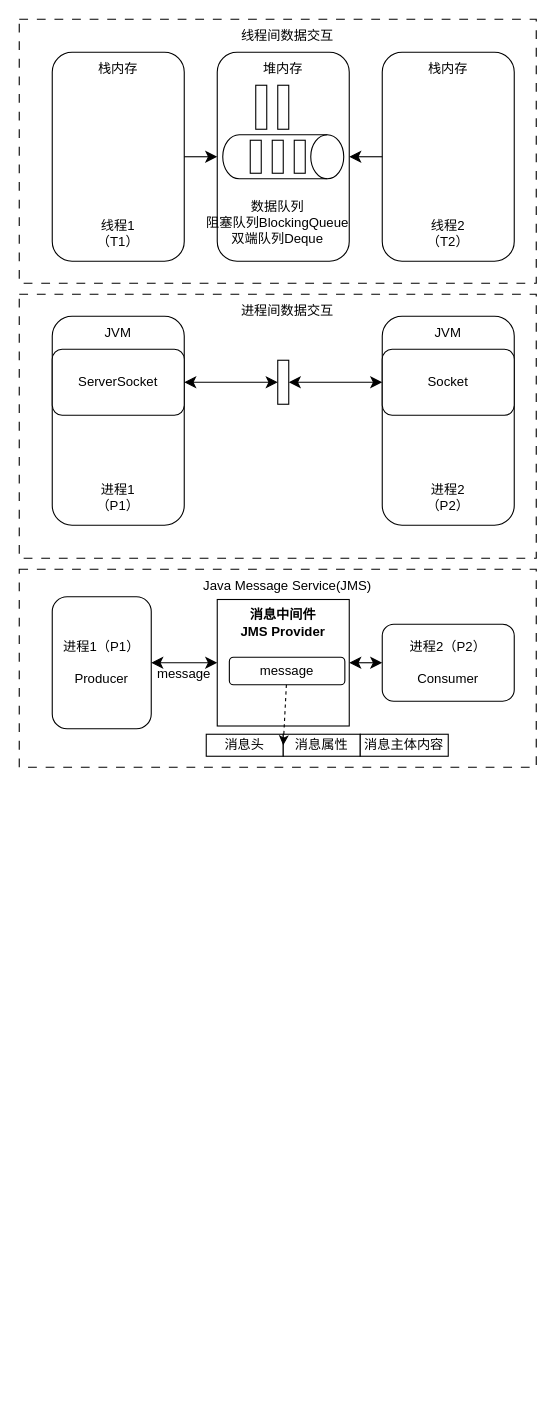
Above: 数据交互.drawio in fenwickxie/flowchart (draw.io), before the change. Source tidied: cells renumbered, new cells numbered last; positions are measured from the earlier drawing's top-left corner, leaving out a move shared by most shapes. Both pictures are drawn from the tidied source at 110%, with x=0, y=0 at pixel (19, 19).
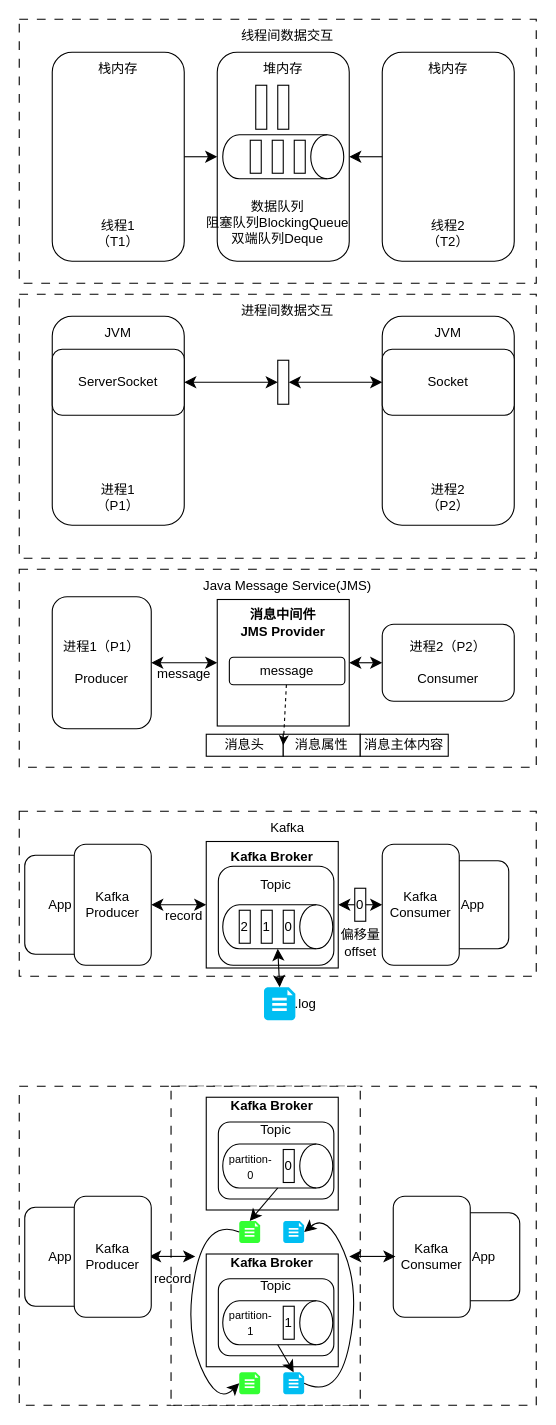
After the change.

Commit message:
更新数据交互.drawio

What changed in the source:
```diff
@@
+    <mxCell id="47" style="rounded=0;whiteSpace=wrap;html=1;dashed=1;dashPattern=8 8;" parent="1" vertex="1">
+      <mxGeometry y="970" width="470" height="290" as="geometry" />
+    </mxCell>
+    <mxCell id="48" style="rounded=0;whiteSpace=wrap;html=1;dashed=1;dashPattern=8 8;" parent="1" vertex="1">
+      <mxGeometry x="138" y="970" width="172" height="290" as="geometry" />
+    </mxCell>
@@
+    <mxCell id="49" style="rounded=0;whiteSpace=wrap;html=1;dashed=1;dashPattern=8 8;" parent="1" vertex="1">
+      <mxGeometry y="720" width="470" height="150" as="geometry" />
+    </mxCell>
+    <mxCell id="50" style="endArrow=classic;startArrow=classic;html=1;rounded=0;fontSize=12;startSize=8;endSize=8;curved=1;exitX=1;exitY=0.5;exitDx=0;exitDy=0;entryX=0;entryY=0.5;entryDx=0;entryDy=0;" parent="1" edge="1" source="52" target="62">
+      <mxGeometry relative="1" as="geometry" />
+    </mxCell>
+    <mxCell id="51" style="endArrow=classic;startArrow=classic;html=1;rounded=0;fontSize=12;startSize=8;endSize=8;curved=1;exitX=1;exitY=0.5;exitDx=0;exitDy=0;" parent="1" edge="1" source="63" target="52">
+      <mxGeometry relative="1" as="geometry" />
+    </mxCell>
+    <mxCell id="52" value="&lt;div&gt;&lt;div&gt;&lt;b&gt;Kafka Broker&lt;/b&gt;&lt;/div&gt;&lt;/div&gt;&lt;div&gt;&lt;b&gt;&lt;br&gt;&lt;/b&gt;&lt;/div&gt;&lt;div&gt;&lt;b&gt;&lt;br&gt;&lt;/b&gt;&lt;/div&gt;&lt;div&gt;&lt;b&gt;&lt;br&gt;&lt;/b&gt;&lt;/div&gt;&lt;div&gt;&lt;b&gt;&lt;br&gt;&lt;/b&gt;&lt;/div&gt;&lt;div&gt;&lt;b&gt;&lt;br&gt;&lt;/b&gt;&lt;/div&gt;&lt;div&gt;&lt;b&gt;&lt;br&gt;&lt;/b&gt;&lt;/div&gt;" style="rounded=0;whiteSpace=wrap;html=1;" parent="1" vertex="1">
+      <mxGeometry x="170" y="747.5" width="120" height="115" as="geometry" />
+    </mxCell>
+    <mxCell id="53" value="record" style="text;html=1;align=center;verticalAlign=middle;whiteSpace=wrap;rounded=0;" parent="1" vertex="1">
+      <mxGeometry x="120" y="800" width="60" height="30" as="geometry" />
+    </mxCell>
+    <mxCell id="54" value="Topic&lt;br&gt;&lt;div&gt;&lt;br&gt;&lt;/div&gt;&lt;div&gt;&lt;br&gt;&lt;/div&gt;&lt;div&gt;&lt;br&gt;&lt;/div&gt;&lt;div&gt;&lt;br&gt;&lt;/div&gt;" style="rounded=1;whiteSpace=wrap;html=1;" parent="1" vertex="1">
+      <mxGeometry x="181" y="770" width="105" height="90" as="geometry" />
+    </mxCell>
+    <mxCell id="55" value="Kafka" style="text;html=1;align=center;verticalAlign=middle;whiteSpace=wrap;rounded=0;" parent="1" vertex="1">
+      <mxGeometry x="138" y="720" width="212" height="30" as="geometry" />
+    </mxCell>
+    <mxCell id="56" style="shape=cylinder3;whiteSpace=wrap;html=1;boundedLbl=1;backgroundOutline=1;size=15;rotation=90;" parent="1" vertex="1">
+      <mxGeometry x="215" y="775" width="40" height="100" as="geometry" />
+    </mxCell>
+    <mxCell id="57" value="2" style="rounded=0;whiteSpace=wrap;html=1;" parent="1" vertex="1">
+      <mxGeometry x="200" y="810" width="10" height="30" as="geometry" />
+    </mxCell>
+    <mxCell id="58" value="0" style="rounded=0;whiteSpace=wrap;html=1;" parent="1" vertex="1">
+      <mxGeometry x="240" y="810" width="10" height="30" as="geometry" />
+    </mxCell>
+    <mxCell id="59" value="App" style="rounded=1;whiteSpace=wrap;html=1;" parent="1" vertex="1">
+      <mxGeometry x="5" y="760" width="65" height="90" as="geometry" />
+    </mxCell>
+    <mxCell id="60" value="1" style="rounded=0;whiteSpace=wrap;html=1;" parent="1" vertex="1">
+      <mxGeometry x="220" y="810" width="10" height="30" as="geometry" />
+    </mxCell>
+    <mxCell id="61" value="App" style="rounded=1;whiteSpace=wrap;html=1;" parent="1" vertex="1">
+      <mxGeometry x="380" y="765" width="65" height="80" as="geometry" />
+    </mxCell>
+    <mxCell id="62" value="&lt;div&gt;Kafka&lt;/div&gt;&lt;div&gt;Consumer&lt;/div&gt;" style="rounded=1;whiteSpace=wrap;html=1;" parent="1" vertex="1">
+      <mxGeometry x="330" y="750" width="70" height="110" as="geometry" />
+    </mxCell>
+    <mxCell id="63" value="&lt;div&gt;Kafka&lt;br&gt;&lt;div&gt;Producer&lt;/div&gt;&lt;/div&gt;" style="rounded=1;whiteSpace=wrap;html=1;" parent="1" vertex="1">
+      <mxGeometry x="50" y="750" width="70" height="110" as="geometry" />
+    </mxCell>
+    <mxCell id="64" value="0" style="rounded=0;whiteSpace=wrap;html=1;" parent="1" vertex="1">
+      <mxGeometry x="305" y="790" width="10" height="30" as="geometry" />
+    </mxCell>
+    <mxCell id="65" style="verticalLabelPosition=bottom;html=1;verticalAlign=top;align=center;strokeColor=none;fillColor=#00BEF2;shape=mxgraph.azure.file_2;" parent="1" vertex="1">
+      <mxGeometry x="222.5" y="880" width="28.5" height="30" as="geometry" />
+    </mxCell>
+    <mxCell id="66" style="endArrow=classic;startArrow=classic;html=1;rounded=0;fontSize=12;startSize=8;endSize=8;curved=1;exitX=1;exitY=0.5;exitDx=0;exitDy=0;entryX=0.5;entryY=0;entryDx=0;entryDy=0;exitPerimeter=0;entryPerimeter=0;" parent="1" edge="1" source="56" target="65">
+      <mxGeometry relative="1" as="geometry" />
+    </mxCell>
+    <mxCell id="67" value=".log" style="text;html=1;align=center;verticalAlign=middle;strokeColor=none;fillColor=none;" parent="1" vertex="1">
+      <mxGeometry x="240" y="880" width="40" height="30" as="geometry" />
+    </mxCell>
+    <mxCell id="68" value="偏移量&lt;br&gt;offset" style="text;html=1;align=center;verticalAlign=middle;strokeColor=none;fillColor=none;" parent="1" vertex="1">
+      <mxGeometry x="280" y="820" width="60" height="40" as="geometry" />
+    </mxCell>
+    <mxCell id="69" style="endArrow=classic;startArrow=classic;html=1;rounded=0;fontSize=12;startSize=8;endSize=8;curved=1;exitX=1;exitY=0.5;exitDx=0;exitDy=0;" parent="1" edge="1">
+      <mxGeometry relative="1" as="geometry">
+        <mxPoint x="118" y="1124.7" as="sourcePoint" />
+        <mxPoint x="160" y="1124.7" as="targetPoint" />
+      </mxGeometry>
+    </mxCell>
+    <mxCell id="70" value="&lt;div&gt;&lt;div&gt;&lt;b&gt;Kafka Broker&lt;/b&gt;&lt;/div&gt;&lt;/div&gt;&lt;div&gt;&lt;b&gt;&lt;br&gt;&lt;/b&gt;&lt;/div&gt;&lt;div&gt;&lt;b&gt;&lt;br&gt;&lt;/b&gt;&lt;/div&gt;&lt;div&gt;&lt;b&gt;&lt;br&gt;&lt;/b&gt;&lt;/div&gt;&lt;div&gt;&lt;b&gt;&lt;br&gt;&lt;/b&gt;&lt;/div&gt;&lt;div&gt;&lt;b&gt;&lt;br&gt;&lt;/b&gt;&lt;/div&gt;&lt;div&gt;&lt;b&gt;&lt;br&gt;&lt;/b&gt;&lt;/div&gt;" style="rounded=0;whiteSpace=wrap;html=1;" parent="1" vertex="1">
+      <mxGeometry x="170" y="980" width="120" height="102.5" as="geometry" />
+    </mxCell>
+    <mxCell id="71" value="record" style="text;html=1;align=center;verticalAlign=middle;whiteSpace=wrap;rounded=0;" parent="1" vertex="1">
+      <mxGeometry x="110" y="1130" width="60" height="30" as="geometry" />
+    </mxCell>
+    <mxCell id="72" value="Topic&lt;br&gt;&lt;div&gt;&lt;br&gt;&lt;/div&gt;&lt;div&gt;&lt;br&gt;&lt;/div&gt;&lt;div&gt;&lt;br&gt;&lt;/div&gt;&lt;div&gt;&lt;br&gt;&lt;/div&gt;" style="rounded=1;whiteSpace=wrap;html=1;" parent="1" vertex="1">
+      <mxGeometry x="181" y="1002.5" width="105" height="70" as="geometry" />
+    </mxCell>
+    <mxCell id="73" style="shape=cylinder3;whiteSpace=wrap;html=1;boundedLbl=1;backgroundOutline=1;size=15;rotation=90;" parent="1" vertex="1">
+      <mxGeometry x="215" y="992.5" width="40" height="100" as="geometry" />
+    </mxCell>
+    <mxCell id="74" value="0" style="rounded=0;whiteSpace=wrap;html=1;" parent="1" vertex="1">
+      <mxGeometry x="240" y="1027.5" width="10" height="30" as="geometry" />
+    </mxCell>
+    <mxCell id="75" value="App" style="rounded=1;whiteSpace=wrap;html=1;" parent="1" vertex="1">
+      <mxGeometry x="5" y="1080" width="65" height="90" as="geometry" />
+    </mxCell>
+    <mxCell id="76" value="App" style="rounded=1;whiteSpace=wrap;html=1;" parent="1" vertex="1">
+      <mxGeometry x="390" y="1085" width="65" height="80" as="geometry" />
+    </mxCell>
+    <mxCell id="77" value="&lt;div&gt;Kafka&lt;/div&gt;&lt;div&gt;Consumer&lt;/div&gt;" style="rounded=1;whiteSpace=wrap;html=1;" parent="1" vertex="1">
+      <mxGeometry x="340" y="1070" width="70" height="110" as="geometry" />
+    </mxCell>
+    <mxCell id="78" value="&lt;div&gt;Kafka&lt;br&gt;&lt;div&gt;Producer&lt;/div&gt;&lt;/div&gt;" style="rounded=1;whiteSpace=wrap;html=1;" parent="1" vertex="1">
+      <mxGeometry x="50" y="1070" width="70" height="110" as="geometry" />
+    </mxCell>
+    <mxCell id="79" style="verticalLabelPosition=bottom;html=1;verticalAlign=top;align=center;strokeColor=none;fillColor=#33FF33;shape=mxgraph.azure.file_2;" parent="1" vertex="1">
+      <mxGeometry x="200" y="1092.5" width="19" height="20" as="geometry" />
+    </mxCell>
+    <mxCell id="80" value="&lt;div&gt;&lt;div&gt;&lt;b&gt;Kafka Broker&lt;/b&gt;&lt;/div&gt;&lt;/div&gt;&lt;div&gt;&lt;b&gt;&lt;br&gt;&lt;/b&gt;&lt;/div&gt;&lt;div&gt;&lt;b&gt;&lt;br&gt;&lt;/b&gt;&lt;/div&gt;&lt;div&gt;&lt;b&gt;&lt;br&gt;&lt;/b&gt;&lt;/div&gt;&lt;div&gt;&lt;b&gt;&lt;br&gt;&lt;/b&gt;&lt;/div&gt;&lt;div&gt;&lt;b&gt;&lt;br&gt;&lt;/b&gt;&lt;/div&gt;&lt;div&gt;&lt;b&gt;&lt;br&gt;&lt;/b&gt;&lt;/div&gt;" style="rounded=0;whiteSpace=wrap;html=1;" parent="1" vertex="1">
+      <mxGeometry x="170" y="1122.5" width="120" height="102.5" as="geometry" />
+    </mxCell>
+    <mxCell id="81" value="Topic&lt;br&gt;&lt;div&gt;&lt;br&gt;&lt;/div&gt;&lt;div&gt;&lt;br&gt;&lt;/div&gt;&lt;div&gt;&lt;br&gt;&lt;/div&gt;&lt;div&gt;&lt;br&gt;&lt;/div&gt;" style="rounded=1;whiteSpace=wrap;html=1;" parent="1" vertex="1">
+      <mxGeometry x="181" y="1145" width="105" height="70" as="geometry" />
+    </mxCell>
+    <mxCell id="82" style="shape=cylinder3;whiteSpace=wrap;html=1;boundedLbl=1;backgroundOutline=1;size=15;rotation=90;" parent="1" vertex="1">
+      <mxGeometry x="215" y="1135" width="40" height="100" as="geometry" />
+    </mxCell>
+    <mxCell id="83" value="1" style="rounded=0;whiteSpace=wrap;html=1;" parent="1" vertex="1">
+      <mxGeometry x="240" y="1170" width="10" height="30" as="geometry" />
+    </mxCell>
+    <mxCell id="84" style="endArrow=classic;startArrow=classic;html=1;rounded=0;fontSize=12;startSize=8;endSize=8;curved=1;exitX=1;exitY=0.5;exitDx=0;exitDy=0;" parent="1" edge="1">
+      <mxGeometry relative="1" as="geometry">
+        <mxPoint x="300" y="1124.7" as="sourcePoint" />
+        <mxPoint x="342" y="1124.7" as="targetPoint" />
+      </mxGeometry>
+    </mxCell>
+    <mxCell id="85" style="verticalLabelPosition=bottom;html=1;verticalAlign=top;align=center;strokeColor=none;fillColor=#00BEF2;shape=mxgraph.azure.file_2;" parent="1" vertex="1">
+      <mxGeometry x="240" y="1092.5" width="19" height="20" as="geometry" />
+    </mxCell>
+    <mxCell id="86" value="&lt;span style=&quot;font-size: 10px; text-wrap-mode: wrap;&quot;&gt;partition-0&lt;/span&gt;" style="text;html=1;align=center;verticalAlign=middle;strokeColor=none;fillColor=none;spacing=0;" parent="1" vertex="1">
+      <mxGeometry x="180" y="1032.5" width="60" height="20" as="geometry" />
+    </mxCell>
+    <mxCell id="87" value="&lt;span style=&quot;font-size: 10px; text-wrap-mode: wrap;&quot;&gt;partition-1&lt;/span&gt;" style="text;html=1;align=center;verticalAlign=middle;strokeColor=none;fillColor=none;spacing=0;" parent="1" vertex="1">
+      <mxGeometry x="180" y="1175" width="60" height="20" as="geometry" />
+    </mxCell>
+    <mxCell id="88" style="verticalLabelPosition=bottom;html=1;verticalAlign=top;align=center;strokeColor=none;fillColor=#33FF33;shape=mxgraph.azure.file_2;" parent="1" vertex="1">
+      <mxGeometry x="200" y="1230" width="19" height="20" as="geometry" />
+    </mxCell>
+    <mxCell id="89" style="verticalLabelPosition=bottom;html=1;verticalAlign=top;align=center;strokeColor=none;fillColor=#00BEF2;shape=mxgraph.azure.file_2;" parent="1" vertex="1">
+      <mxGeometry x="240" y="1230" width="19" height="20" as="geometry" />
+    </mxCell>
+    <mxCell id="90" style="endArrow=classic;startArrow=none;html=1;rounded=0;fontSize=12;startSize=8;endSize=8;curved=1;exitX=1;exitY=0.5;exitDx=0;exitDy=0;entryX=0.5;entryY=0;entryDx=0;entryDy=0;exitPerimeter=0;entryPerimeter=0;startFill=0;" parent="1" edge="1" source="73" target="79">
+      <mxGeometry relative="1" as="geometry" />
+    </mxCell>
+    <mxCell id="91" style="endArrow=classic;startArrow=none;html=1;rounded=0;fontSize=12;startSize=8;endSize=8;curved=1;exitX=1;exitY=0.5;exitDx=0;exitDy=0;entryX=0.5;entryY=0;entryDx=0;entryDy=0;exitPerimeter=0;entryPerimeter=0;startFill=0;" parent="1" edge="1" source="82" target="89">
+      <mxGeometry relative="1" as="geometry" />
+    </mxCell>
+    <mxCell id="92" style="endArrow=classic;startArrow=none;html=1;rounded=0;fontSize=12;startSize=8;endSize=8;curved=1;exitX=0;exitY=0.5;exitDx=0;exitDy=0;entryX=0;entryY=0.5;entryDx=0;entryDy=0;exitPerimeter=0;entryPerimeter=0;startFill=0;" parent="1" edge="1" source="79" target="88">
+      <mxGeometry relative="1" as="geometry">
+        <Array as="points">
+          <mxPoint x="170" y="1090" />
+          <mxPoint x="150" y="1190" />
+          <mxPoint x="180" y="1260" />
+        </Array>
+      </mxGeometry>
+    </mxCell>
+    <mxCell id="93" style="endArrow=classic;startArrow=none;html=1;rounded=0;fontSize=12;startSize=8;endSize=8;curved=1;exitX=1;exitY=0.5;exitDx=0;exitDy=0;entryX=1;entryY=0.5;entryDx=0;entryDy=0;exitPerimeter=0;entryPerimeter=0;startFill=0;" parent="1" edge="1" source="89" target="85">
+      <mxGeometry relative="1" as="geometry">
+        <Array as="points">
+          <mxPoint x="290" y="1255" />
+          <mxPoint x="310" y="1155" />
+          <mxPoint x="280" y="1085" />
+        </Array>
+      </mxGeometry>
+    </mxCell>
```
